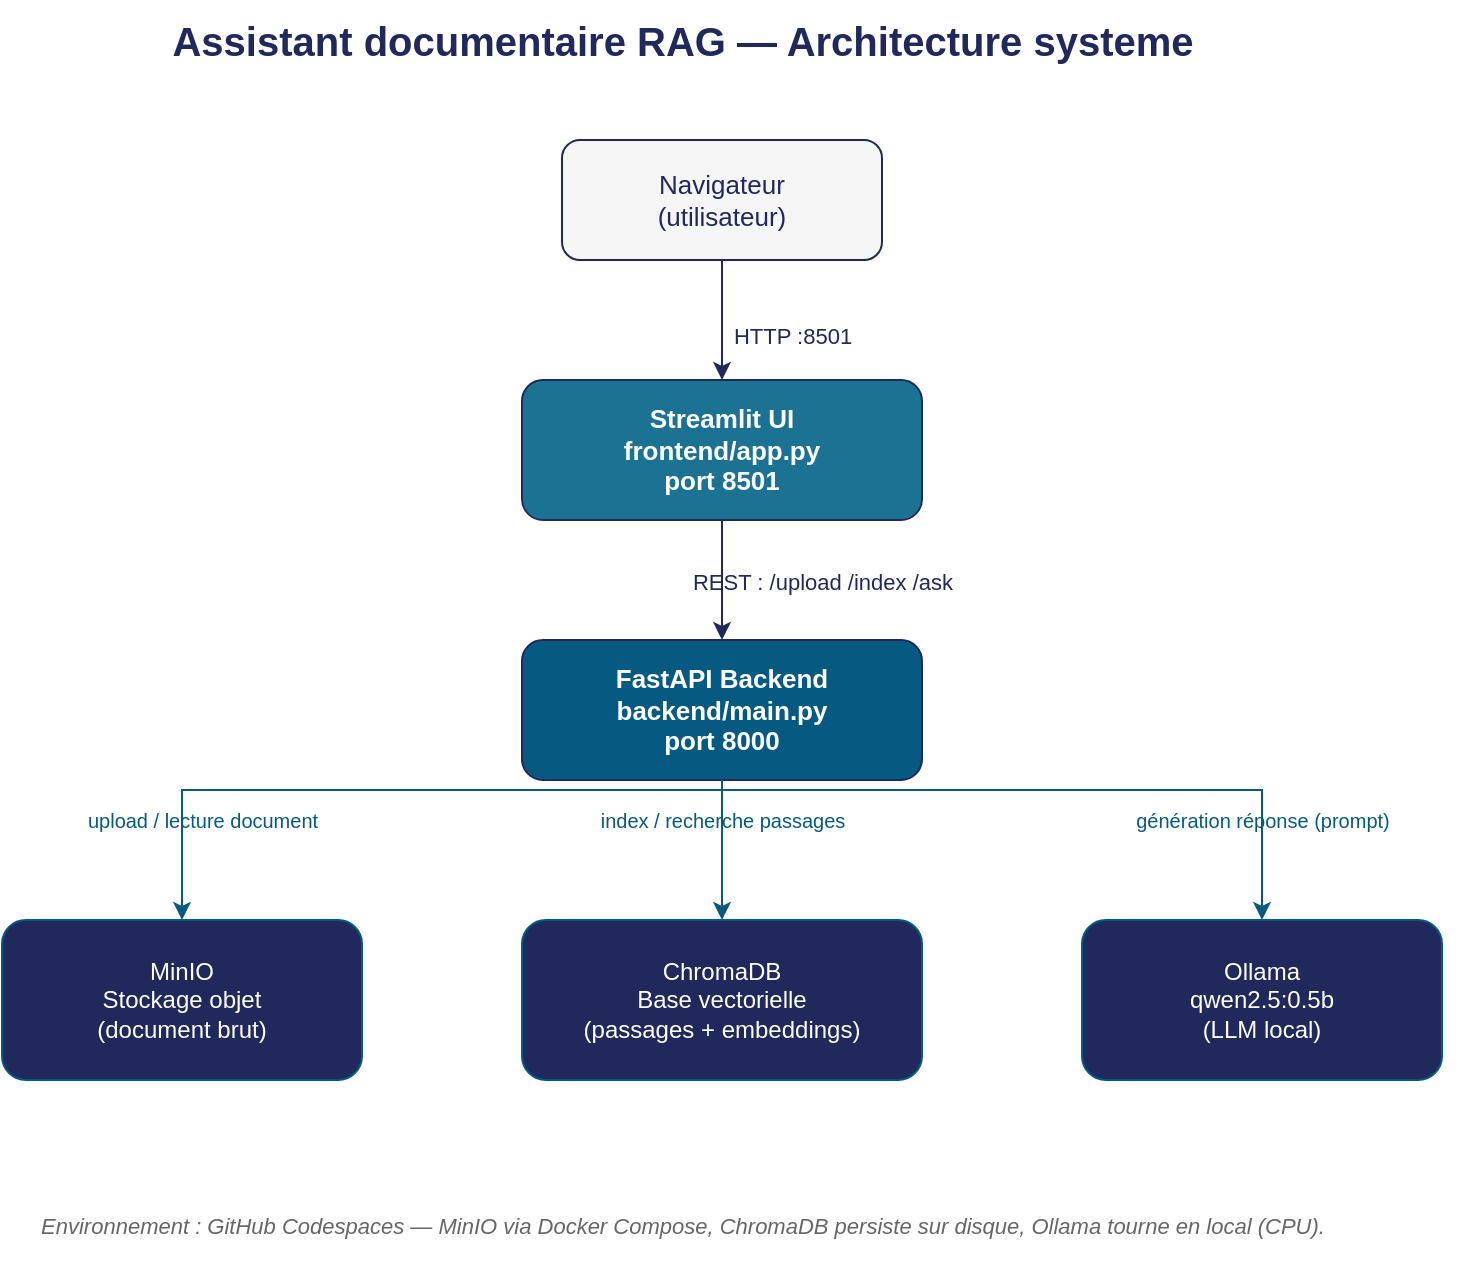
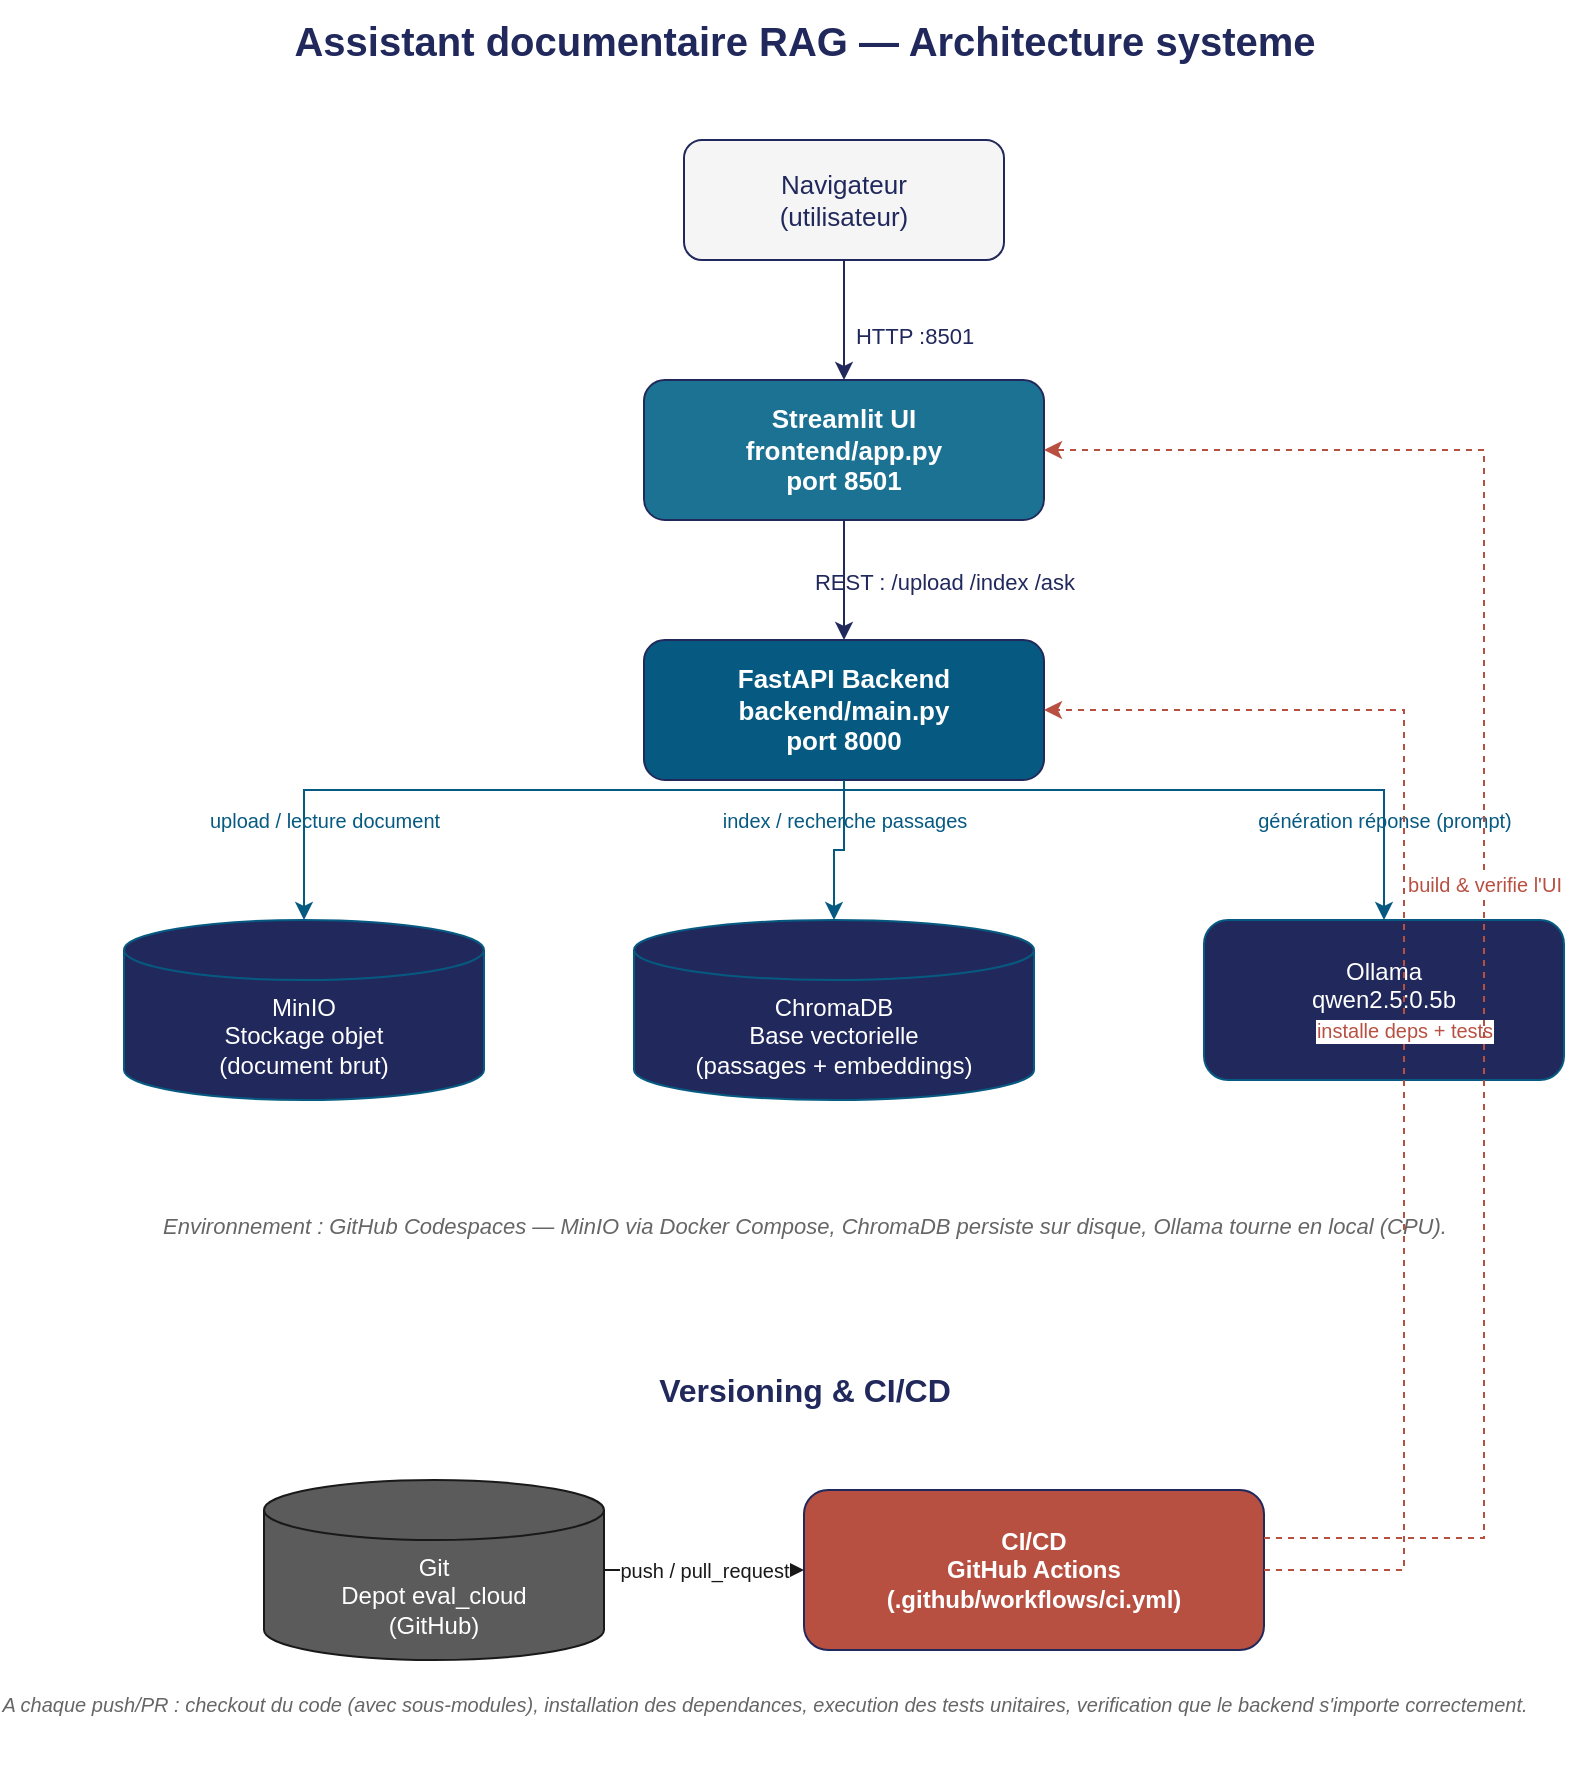
<mxfile host="app.diagrams.net" agent="Claude" version="24.0.0">
  <diagram id="architecture-page" name="Architecture systeme">
-     <mxGraphModel dx="1200" dy="800" grid="1" gridSize="10" guides="1" tooltips="1" connect="1" arrows="1" fold="1" page="1" pageScale="1" pageWidth="850" pageHeight="1100" math="0" shadow="0">
+     <mxGraphModel dx="1200" dy="800" grid="1" gridSize="10" guides="1" tooltips="1" connect="1" arrows="1" fold="1" page="1" pageScale="1" pageWidth="850" pageHeight="1350" math="0" shadow="0">
      <root>
        <mxCell id="0" />
        <mxCell id="1" parent="0" />

        <mxCell id="title" value="Assistant documentaire RAG — Architecture systeme" style="text;html=1;fontSize=20;fontStyle=1;align=center;verticalAlign=middle;fontColor=#21295C;" vertex="1" parent="1">
          <mxGeometry x="180" y="20" width="480" height="40" as="geometry" />
        </mxCell>

        <mxCell id="user" value="Navigateur&#10;(utilisateur)" style="rounded=1;whiteSpace=wrap;html=1;fillColor=#F5F5F5;strokeColor=#21295C;fontColor=#21295C;fontSize=13;" vertex="1" parent="1">
          <mxGeometry x="360" y="90" width="160" height="60" as="geometry" />
        </mxCell>

        <mxCell id="streamlit" value="Streamlit UI&#10;frontend/app.py&#10;port 8501" style="rounded=1;whiteSpace=wrap;html=1;fillColor=#1C7293;strokeColor=#21295C;fontColor=#FFFFFF;fontSize=13;fontStyle=1;" vertex="1" parent="1">
          <mxGeometry x="340" y="210" width="200" height="70" as="geometry" />
        </mxCell>

        <mxCell id="fastapi" value="FastAPI Backend&#10;backend/main.py&#10;port 8000" style="rounded=1;whiteSpace=wrap;html=1;fillColor=#065A82;strokeColor=#21295C;fontColor=#FFFFFF;fontSize=13;fontStyle=1;" vertex="1" parent="1">
          <mxGeometry x="340" y="340" width="200" height="70" as="geometry" />
        </mxCell>

-         <mxCell id="minio" value="MinIO&#10;Stockage objet&#10;(document brut)" style="rounded=1;whiteSpace=wrap;html=1;fillColor=#21295C;strokeColor=#065A82;fontColor=#FFFFFF;fontSize=12;" vertex="1" parent="1">
-           <mxGeometry x="80" y="480" width="180" height="80" as="geometry" />
+         <mxCell id="minio" value="MinIO&#10;Stockage objet&#10;(document brut)" style="shape=cylinder3;whiteSpace=wrap;html=1;boundedLbl=1;backgroundOutline=1;size=15;fillColor=#21295C;strokeColor=#065A82;fontColor=#FFFFFF;fontSize=12;" vertex="1" parent="1">
+           <mxGeometry x="80" y="480" width="180" height="90" as="geometry" />
        </mxCell>

-         <mxCell id="chroma" value="ChromaDB&#10;Base vectorielle&#10;(passages + embeddings)" style="rounded=1;whiteSpace=wrap;html=1;fillColor=#21295C;strokeColor=#065A82;fontColor=#FFFFFF;fontSize=12;" vertex="1" parent="1">
-           <mxGeometry x="340" y="480" width="200" height="80" as="geometry" />
+         <mxCell id="chroma" value="ChromaDB&#10;Base vectorielle&#10;(passages + embeddings)" style="shape=cylinder3;whiteSpace=wrap;html=1;boundedLbl=1;backgroundOutline=1;size=15;fillColor=#21295C;strokeColor=#065A82;fontColor=#FFFFFF;fontSize=12;" vertex="1" parent="1">
+           <mxGeometry x="335" y="480" width="200" height="90" as="geometry" />
        </mxCell>

        <mxCell id="ollama" value="Ollama&#10;qwen2.5:0.5b&#10;(LLM local)" style="rounded=1;whiteSpace=wrap;html=1;fillColor=#21295C;strokeColor=#065A82;fontColor=#FFFFFF;fontSize=12;" vertex="1" parent="1">
          <mxGeometry x="620" y="480" width="180" height="80" as="geometry" />
        </mxCell>

        <mxCell id="e1" style="edgeStyle=orthogonalEdgeStyle;rounded=0;html=1;strokeColor=#21295C;fontColor=#21295C;fontSize=11;" edge="1" parent="1" source="user" target="streamlit">
          <mxGeometry relative="1" as="geometry" />
        </mxCell>
        <mxCell id="e1l" value="HTTP :8501" style="text;html=1;fontSize=11;align=center;fontColor=#21295C;" vertex="1" parent="1">
          <mxGeometry x="430" y="175" width="90" height="20" as="geometry" />
        </mxCell>

        <mxCell id="e2" style="edgeStyle=orthogonalEdgeStyle;rounded=0;html=1;strokeColor=#21295C;" edge="1" parent="1" source="streamlit" target="fastapi">
          <mxGeometry relative="1" as="geometry" />
        </mxCell>
        <mxCell id="e2l" value="REST : /upload /index /ask" style="text;html=1;fontSize=11;align=center;fontColor=#21295C;" vertex="1" parent="1">
          <mxGeometry x="400" y="298" width="180" height="20" as="geometry" />
        </mxCell>

        <mxCell id="e3" style="edgeStyle=orthogonalEdgeStyle;rounded=0;html=1;strokeColor=#065A82;" edge="1" parent="1" source="fastapi" target="minio">
          <mxGeometry relative="1" as="geometry">
            <Array as="points">
              <mxPoint x="170" y="415" />
            </Array>
          </mxGeometry>
        </mxCell>
        <mxCell id="e3l" value="upload / lecture document" style="text;html=1;fontSize=10;align=center;fontColor=#065A82;" vertex="1" parent="1">
          <mxGeometry x="90" y="418" width="180" height="20" as="geometry" />
        </mxCell>

        <mxCell id="e4" style="edgeStyle=orthogonalEdgeStyle;rounded=0;html=1;strokeColor=#065A82;" edge="1" parent="1" source="fastapi" target="chroma">
          <mxGeometry relative="1" as="geometry" />
        </mxCell>
        <mxCell id="e4l" value="index / recherche passages" style="text;html=1;fontSize=10;align=center;fontColor=#065A82;" vertex="1" parent="1">
          <mxGeometry x="350" y="418" width="180" height="20" as="geometry" />
        </mxCell>

        <mxCell id="e5" style="edgeStyle=orthogonalEdgeStyle;rounded=0;html=1;strokeColor=#065A82;" edge="1" parent="1" source="fastapi" target="ollama">
          <mxGeometry relative="1" as="geometry">
            <Array as="points">
              <mxPoint x="710" y="415" />
            </Array>
          </mxGeometry>
        </mxCell>
        <mxCell id="e5l" value="génération réponse (prompt)" style="text;html=1;fontSize=10;align=center;fontColor=#065A82;" vertex="1" parent="1">
          <mxGeometry x="610" y="418" width="200" height="20" as="geometry" />
        </mxCell>

        <mxCell id="legend" value="Environnement : GitHub Codespaces — MinIO via Docker Compose, ChromaDB persiste sur disque, Ollama tourne en local (CPU)." style="text;html=1;fontSize=11;fontStyle=2;align=center;fontColor=#666666;" vertex="1" parent="1">
          <mxGeometry x="180" y="620" width="480" height="40" as="geometry" />
+         </mxCell>
+ 
+         <mxCell id="cicd-title" value="Versioning &amp; CI/CD" style="text;html=1;fontSize=16;fontStyle=1;align=center;verticalAlign=middle;fontColor=#21295C;" vertex="1" parent="1">
+           <mxGeometry x="220" y="700" width="400" height="30" as="geometry" />
+         </mxCell>
+ 
+         <mxCell id="git" value="Git&#10;Depot eval_cloud&#10;(GitHub)" style="shape=cylinder3;whiteSpace=wrap;html=1;boundedLbl=1;backgroundOutline=1;size=15;fillColor=#5B5B5B;strokeColor=#191919;fontColor=#FFFFFF;fontSize=12;" vertex="1" parent="1">
+           <mxGeometry x="150" y="760" width="170" height="90" as="geometry" />
+         </mxCell>
+ 
+         <mxCell id="cicd" value="CI/CD&#10;GitHub Actions&#10;(.github/workflows/ci.yml)" style="rounded=1;whiteSpace=wrap;html=1;fillColor=#B85042;strokeColor=#21295C;fontColor=#FFFFFF;fontSize=12;fontStyle=1;" vertex="1" parent="1">
+           <mxGeometry x="420" y="765" width="230" height="80" as="geometry" />
+         </mxCell>
+ 
+         <mxCell id="e6" value="push / pull_request" style="edgeStyle=orthogonalEdgeStyle;rounded=0;html=1;strokeColor=#191919;fontColor=#191919;fontSize=10;" edge="1" parent="1" source="git" target="cicd">
+           <mxGeometry relative="1" as="geometry" />
+         </mxCell>
+ 
+         <mxCell id="e7" value="installe deps + tests" style="edgeStyle=orthogonalEdgeStyle;rounded=0;html=1;dashed=1;strokeColor=#B85042;fontColor=#B85042;fontSize=10;exitX=1;exitY=0.5;entryX=1;entryY=0.5;" edge="1" parent="1" source="cicd" target="fastapi">
+           <mxGeometry relative="1" as="geometry">
+             <Array as="points">
+               <mxPoint x="720" y="805" />
+               <mxPoint x="720" y="375" />
+             </Array>
+           </mxGeometry>
+         </mxCell>
+ 
+         <mxCell id="e8" value="build &amp; verifie l'UI" style="edgeStyle=orthogonalEdgeStyle;rounded=0;html=1;dashed=1;strokeColor=#B85042;fontColor=#B85042;fontSize=10;exitX=1;exitY=0.3;entryX=1;entryY=0.5;" edge="1" parent="1" source="cicd" target="streamlit">
+           <mxGeometry relative="1" as="geometry">
+             <Array as="points">
+               <mxPoint x="760" y="789" />
+               <mxPoint x="760" y="245" />
+             </Array>
+           </mxGeometry>
+         </mxCell>
+ 
+         <mxCell id="cicd-note" value="A chaque push/PR : checkout du code (avec sous-modules), installation des dependances, execution des tests unitaires, verification que le backend s'importe correctement." style="text;html=1;fontSize=10;fontStyle=2;align=center;fontColor=#666666;" vertex="1" parent="1">
+           <mxGeometry x="150" y="860" width="500" height="45" as="geometry" />
        </mxCell>
      </root>
    </mxGraphModel>
  </diagram>

  <diagram id="pipeline-page" name="Pipeline RAG (etapes)">
    <mxGraphModel dx="1200" dy="800" grid="1" gridSize="10" guides="1" tooltips="1" connect="1" arrows="1" fold="1" page="1" pageScale="1" pageWidth="1169" pageHeight="500" math="0" shadow="0">
      <root>
        <mxCell id="0" />
        <mxCell id="1" parent="0" />

        <mxCell id="ptitle" value="Pipeline RAG — du document a la reponse" style="text;html=1;fontSize=20;fontStyle=1;align=center;verticalAlign=middle;fontColor=#21295C;" vertex="1" parent="1">
          <mxGeometry x="330" y="20" width="500" height="40" as="geometry" />
        </mxCell>

        <mxCell id="s1" value="1. Document&#10;(.txt fourni)" style="rounded=1;whiteSpace=wrap;html=1;fillColor=#065A82;strokeColor=#21295C;fontColor=#FFFFFF;fontSize=11;" vertex="1" parent="1">
          <mxGeometry x="40" y="120" width="130" height="70" as="geometry" />
        </mxCell>
        <mxCell id="s2" value="2. Decoupage en&#10;passages (chunks)" style="rounded=1;whiteSpace=wrap;html=1;fillColor=#1C7293;strokeColor=#21295C;fontColor=#FFFFFF;fontSize=11;" vertex="1" parent="1">
          <mxGeometry x="200" y="120" width="130" height="70" as="geometry" />
        </mxCell>
        <mxCell id="s3" value="3. Embeddings&#10;(sentence-transformers)" style="rounded=1;whiteSpace=wrap;html=1;fillColor=#1C7293;strokeColor=#21295C;fontColor=#FFFFFF;fontSize=11;" vertex="1" parent="1">
          <mxGeometry x="360" y="120" width="140" height="70" as="geometry" />
        </mxCell>
        <mxCell id="s4" value="4. Stockage&#10;base vectorielle (Chroma)" style="rounded=1;whiteSpace=wrap;html=1;fillColor=#1C7293;strokeColor=#21295C;fontColor=#FFFFFF;fontSize=11;" vertex="1" parent="1">
          <mxGeometry x="530" y="120" width="150" height="70" as="geometry" />
        </mxCell>
        <mxCell id="s5" value="5. Question utilisateur&#10;-&gt; embedding" style="rounded=1;whiteSpace=wrap;html=1;fillColor=#21295C;strokeColor=#065A82;fontColor=#FFFFFF;fontSize=11;" vertex="1" parent="1">
          <mxGeometry x="710" y="120" width="150" height="70" as="geometry" />
        </mxCell>
        <mxCell id="s6" value="6. Recherche top-k&#10;passages proches" style="rounded=1;whiteSpace=wrap;html=1;fillColor=#21295C;strokeColor=#065A82;fontColor=#FFFFFF;fontSize=11;" vertex="1" parent="1">
          <mxGeometry x="890" y="120" width="140" height="70" as="geometry" />
        </mxCell>
        <mxCell id="s7" value="7. Prompt enrichi&#10;(contexte + question)" style="rounded=1;whiteSpace=wrap;html=1;fillColor=#B85042;strokeColor=#21295C;fontColor=#FFFFFF;fontSize=11;" vertex="1" parent="1">
          <mxGeometry x="890" y="230" width="140" height="70" as="geometry" />
        </mxCell>
        <mxCell id="s8" value="8. LLM Ollama&#10;qwen2.5:0.5b" style="rounded=1;whiteSpace=wrap;html=1;fillColor=#B85042;strokeColor=#21295C;fontColor=#FFFFFF;fontSize=11;" vertex="1" parent="1">
          <mxGeometry x="710" y="230" width="150" height="70" as="geometry" />
        </mxCell>
        <mxCell id="s9" value="9. Reponse&#10;+ sources affichees" style="rounded=1;whiteSpace=wrap;html=1;fillColor=#2C5F2D;strokeColor=#21295C;fontColor=#FFFFFF;fontSize=11;fontStyle=1;" vertex="1" parent="1">
          <mxGeometry x="530" y="230" width="150" height="70" as="geometry" />
        </mxCell>

        <mxCell id="pe1" style="edgeStyle=orthogonalEdgeStyle;rounded=0;html=1;strokeColor=#21295C;" edge="1" parent="1" source="s1" target="s2"><mxGeometry relative="1" as="geometry" /></mxCell>
        <mxCell id="pe2" style="edgeStyle=orthogonalEdgeStyle;rounded=0;html=1;strokeColor=#21295C;" edge="1" parent="1" source="s2" target="s3"><mxGeometry relative="1" as="geometry" /></mxCell>
        <mxCell id="pe3" style="edgeStyle=orthogonalEdgeStyle;rounded=0;html=1;strokeColor=#21295C;" edge="1" parent="1" source="s3" target="s4"><mxGeometry relative="1" as="geometry" /></mxCell>
        <mxCell id="pe4" style="edgeStyle=orthogonalEdgeStyle;rounded=0;html=1;strokeColor=#21295C;" edge="1" parent="1" source="s4" target="s5"><mxGeometry relative="1" as="geometry" /></mxCell>
        <mxCell id="pe5" style="edgeStyle=orthogonalEdgeStyle;rounded=0;html=1;strokeColor=#21295C;" edge="1" parent="1" source="s5" target="s6"><mxGeometry relative="1" as="geometry" /></mxCell>
        <mxCell id="pe6" style="edgeStyle=orthogonalEdgeStyle;rounded=0;html=1;strokeColor=#21295C;" edge="1" parent="1" source="s6" target="s7"><mxGeometry relative="1" as="geometry" /></mxCell>
        <mxCell id="pe7" style="edgeStyle=orthogonalEdgeStyle;rounded=0;html=1;strokeColor=#21295C;" edge="1" parent="1" source="s7" target="s8"><mxGeometry relative="1" as="geometry" /></mxCell>
        <mxCell id="pe8" style="edgeStyle=orthogonalEdgeStyle;rounded=0;html=1;strokeColor=#21295C;" edge="1" parent="1" source="s8" target="s9"><mxGeometry relative="1" as="geometry" /></mxCell>

        <mxCell id="pnote" value="Si aucun passage pertinent n'est trouve : reponse fixe &quot;Je ne trouve pas cette information dans le document fourni.&quot;" style="text;html=1;fontSize=11;fontStyle=2;align=center;fontColor=#666666;" vertex="1" parent="1">
          <mxGeometry x="330" y="340" width="500" height="40" as="geometry" />
        </mxCell>
      </root>
    </mxGraphModel>
  </diagram>
</mxfile>
